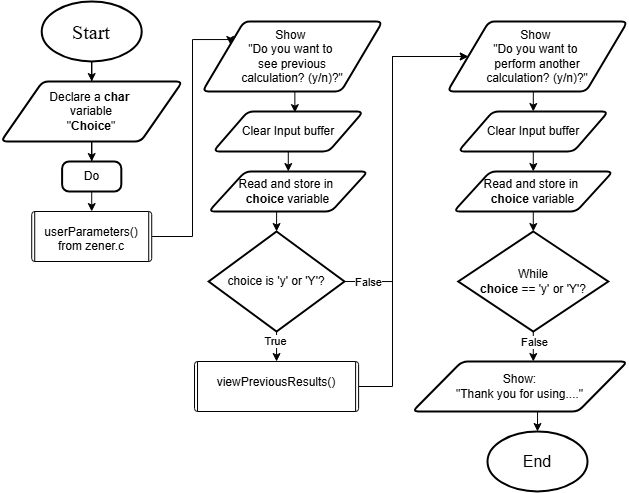
The draw.io diagram Documents/Flowchart/FinalProjectMain.drawio.png in sakSambo/Final-Project, before a commit. Source tidied: cells renumbered, new cells last; positions are measured from the earlier drawing's top-left corner, leaving out a move shared by most shapes.
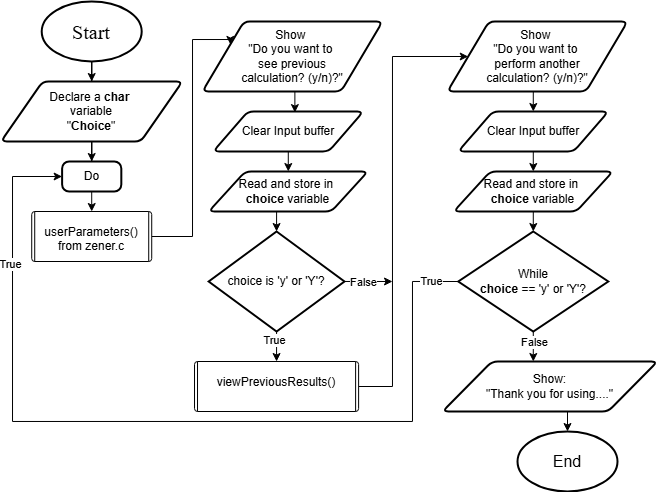
Above is the later version.

Diff of the diagram source:
```diff
@@ -54,6 +54,22 @@
     <mxCell id="16" value="False" style="edgeLabel;html=1;align=center;verticalAlign=middle;" parent="15" vertex="1">
       <mxGeometry x="-0.33" y="1" relative="1" as="geometry" />
     </mxCell>
+    <mxCell id="35" style="edgeStyle=orthogonalEdgeStyle;rounded=0;jettySize=auto;html=1;entryX=0;entryY=0.5;entryDx=0;entryDy=0;exitX=0;exitY=0.5;exitDx=0;exitDy=0;exitPerimeter=0;" parent="1" edge="1" source="17" target="7">
+      <mxGeometry relative="1" as="geometry">
+        <Array as="points">
+          <mxPoint x="412" y="280" />
+          <mxPoint x="412" y="420" />
+          <mxPoint x="12" y="420" />
+          <mxPoint x="12" y="175" />
+        </Array>
+      </mxGeometry>
+    </mxCell>
+    <mxCell id="36" value="True" style="edgeLabel;html=1;align=center;verticalAlign=middle;" parent="35" vertex="1">
+      <mxGeometry x="-0.94" relative="1" as="geometry" />
+    </mxCell>
+    <mxCell id="37" value="True" style="edgeLabel;html=1;align=center;verticalAlign=middle;" parent="35" vertex="1">
+      <mxGeometry x="0.69" y="2" relative="1" as="geometry" />
+    </mxCell>
     <mxCell id="17" value="While&lt;div&gt;&lt;b&gt;choice&lt;/b&gt; == 'y' or 'Y'?&lt;/div&gt;" style="strokeWidth=2;html=1;shape=mxgraph.flowchart.decision;whiteSpace=wrap;" parent="1" vertex="1">
       <mxGeometry x="457.8" y="230" width="150" height="100" as="geometry" />
     </mxCell>
@@ -61,10 +77,10 @@
       <mxGeometry relative="1" as="geometry" />
     </mxCell>
     <mxCell id="19" value="Show:&lt;div&gt;&quot;Thank you for using....&quot;&lt;/div&gt;" style="shape=parallelogram;html=1;strokeWidth=2;perimeter=parallelogramPerimeter;whiteSpace=wrap;rounded=1;arcSize=12;size=0.23;" parent="1" vertex="1">
-      <mxGeometry x="412" y="360" width="215" height="50" as="geometry" />
+      <mxGeometry x="442" y="360" width="215" height="50" as="geometry" />
     </mxCell>
     <mxCell id="20" value="&lt;font style=&quot;font-size: 16px;&quot;&gt;End&lt;/font&gt;" style="strokeWidth=2;html=1;shape=mxgraph.flowchart.start_1;whiteSpace=wrap;" parent="1" vertex="1">
-      <mxGeometry x="487" y="430" width="100" height="60" as="geometry" />
+      <mxGeometry x="517" y="430" width="100" height="60" as="geometry" />
     </mxCell>
     <mxCell id="21" style="edgeStyle=orthogonalEdgeStyle;rounded=0;jettySize=auto;html=1;exitX=0.5;exitY=1;exitDx=0;exitDy=0;entryX=0.5;entryY=0;entryDx=0;entryDy=0;entryPerimeter=0;" parent="1" edge="1" target="20">
       <mxGeometry relative="1" as="geometry">
@@ -92,16 +108,13 @@
     <mxCell id="28" value="True" style="edgeLabel;html=1;align=center;verticalAlign=middle;" parent="27" vertex="1">
       <mxGeometry x="-0.4" y="-2" relative="1" as="geometry" />
     </mxCell>
-    <mxCell id="29" style="edgeStyle=orthogonalEdgeStyle;rounded=0;jettySize=auto;html=1;exitX=1;exitY=0.5;exitDx=0;exitDy=0;exitPerimeter=0;entryX=0;entryY=0.5;entryDx=0;entryDy=0;" parent="1" edge="1" source="31" target="11">
-      <mxGeometry relative="1" as="geometry">
-        <Array as="points">
-          <mxPoint x="392" y="280" />
-          <mxPoint x="392" y="55" />
-        </Array>
-      </mxGeometry>
-    </mxCell>
+    <mxCell id="38" style="edgeStyle=orthogonalEdgeStyle;rounded=0;jettySize=auto;html=1;" parent="1" edge="1" source="31">
+      <mxGeometry relative="1" as="geometry">
+        <mxPoint x="392" y="280" as="targetPoint" />
+      </mxGeometry>
+    </mxCell>
-    <mxCell id="30" value="False" style="edgeLabel;html=1;align=center;verticalAlign=middle;" parent="29" vertex="1">
-      <mxGeometry x="-0.87" relative="1" as="geometry" />
+    <mxCell id="30" value="False" style="edgeLabel;html=1;align=center;verticalAlign=middle;" parent="38" vertex="1">
+      <mxGeometry x="-0.24" y="-1" relative="1" as="geometry" />
     </mxCell>
     <mxCell id="31" value="choice is 'y' or 'Y'?" style="strokeWidth=2;html=1;shape=mxgraph.flowchart.decision;whiteSpace=wrap;" parent="1" vertex="1">
       <mxGeometry x="208.2" y="230" width="135.8" height="100" as="geometry" />
```
